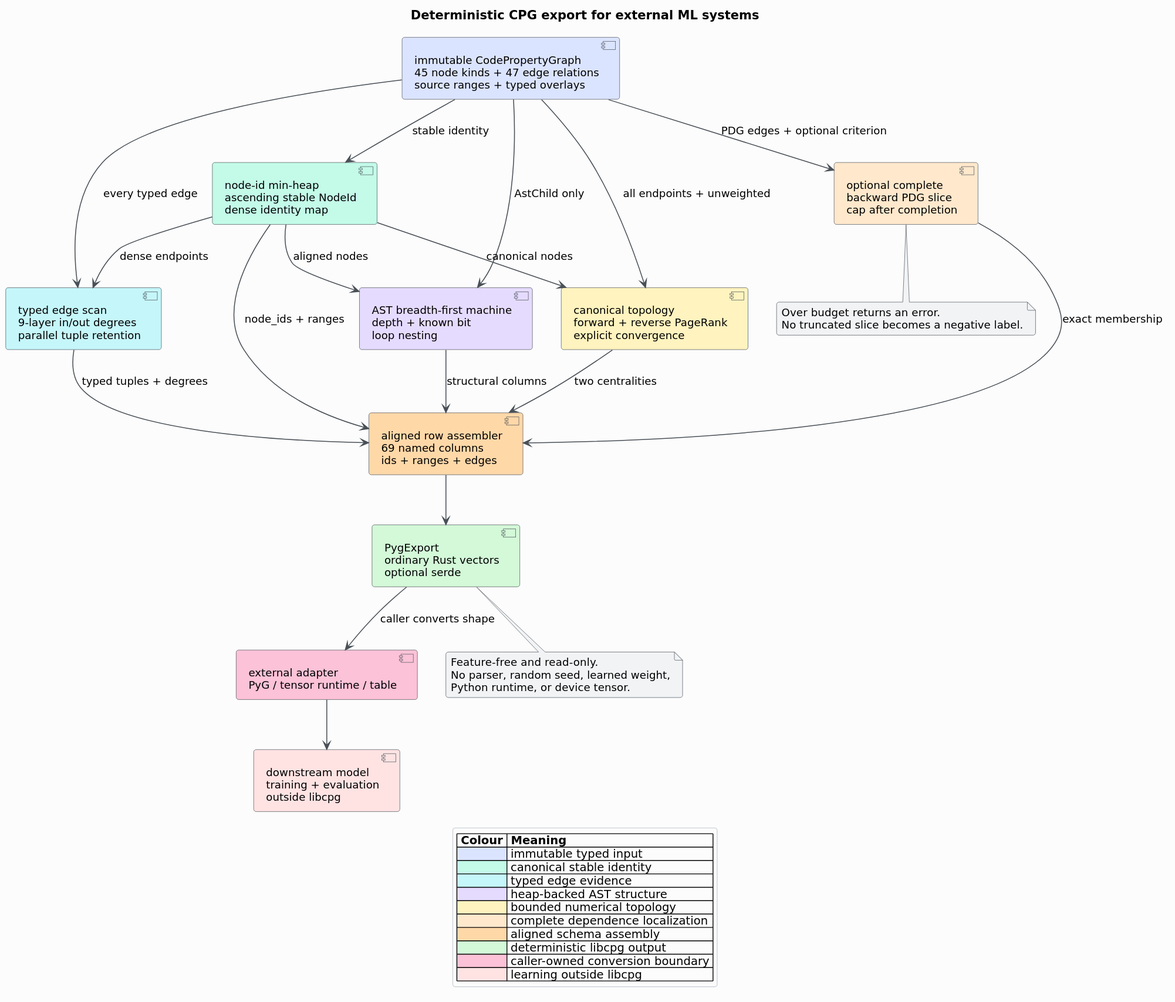
Above: docs/diagrams/ml-export-pipeline.svg in vinary-tree/libcpg (PlantUML), before the change. Its source is kept beside it as docs/diagrams/ml-export-pipeline.puml.
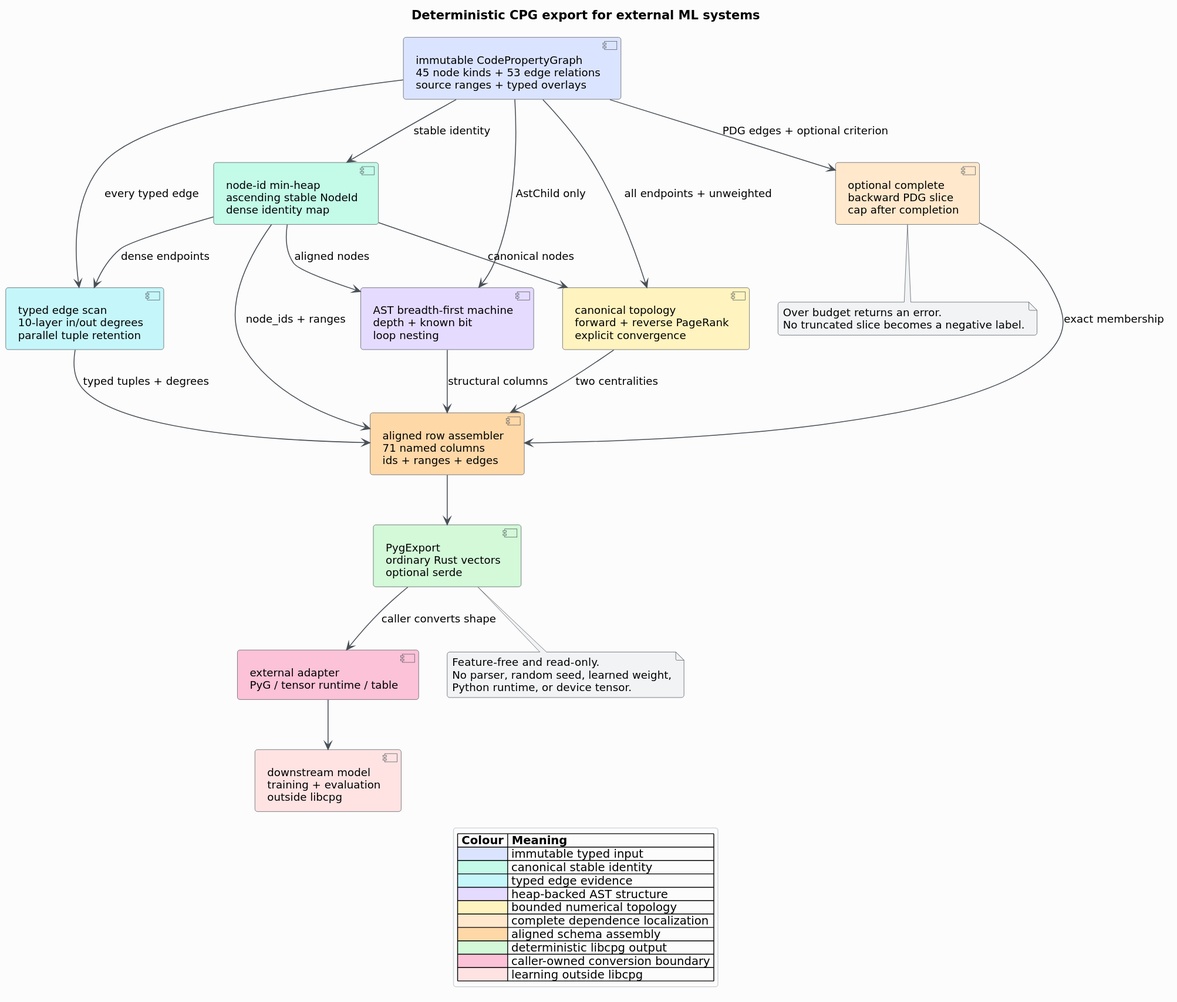
Above is the later version.

What changed in the source:
```diff
@@ -11,13 +11,13 @@
   BorderColor #495057
 }
 
-component "immutable CodePropertyGraph\n45 node kinds + 47 edge relations\nsource ranges + typed overlays" as CPG #DBE4FF
+component "immutable CodePropertyGraph\n45 node kinds + 53 edge relations\nsource ranges + typed overlays" as CPG #DBE4FF
 component "node-id min-heap\nascending stable NodeId\ndense identity map" as IDS #C3FAE8
-component "typed edge scan\n9-layer in/out degrees\nparallel tuple retention" as EDGES #C5F6FA
+component "typed edge scan\n10-layer in/out degrees\nparallel tuple retention" as EDGES #C5F6FA
 component "AST breadth-first machine\ndepth + known bit\nloop nesting" as AST #E5DBFF
 component "canonical topology\nforward + reverse PageRank\nexplicit convergence" as PR #FFF3BF
 component "optional complete\nbackward PDG slice\ncap after completion" as SLICE #FFE8CC
-component "aligned row assembler\n69 named columns\nids + ranges + edges" as ROWS #FFD8A8
+component "aligned row assembler\n71 named columns\nids + ranges + edges" as ROWS #FFD8A8
 component "PygExport\nordinary Rust vectors\noptional serde" as OUT #D3F9D8
 component "external adapter\nPyG / tensor runtime / table" as ADAPTER #FCC2D7
 component "downstream model\ntraining + evaluation\noutside libcpg" as MODEL #FFE3E3
```
